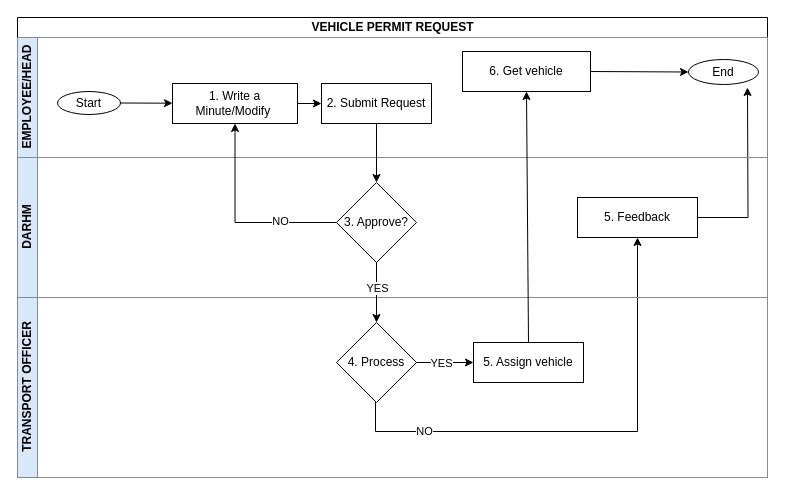
Before: page "Head Vehicle Permit Request" (13 of 13) of wajibika/wajibika-sketches.drawio in MbalamulaS/tech-diagrams, a draw.io diagram. Source tidied: cells renumbered, new cells numbered last; positions are measured from the earlier drawing's top-left corner, leaving out a move shared by most shapes. Both pictures are drawn from the tidied source at 100%, with x=0, y=0 at pixel (17, 17).
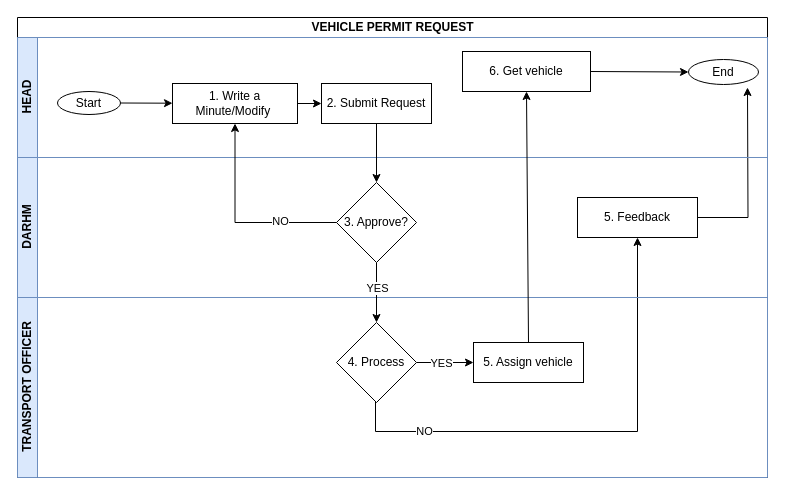
The same page after the edit.

The change refers to these unchanged cells:
```xml
<mxCell id="2" value="VEHICLE PERMIT REQUEST" style="swimlane;horizontal=1;startSize=20;html=1;swimlaneFillColor=#FFFFFF;" parent="1" vertex="1">
  <mxGeometry width="750" height="460" as="geometry" />
</mxCell>
```

The edit, as a diff of the source:
```diff
@@
-    <mxCell id="3" value="EMPLOYEE/HEAD" style="swimlane;startSize=20;horizontal=0;html=1;fillColor=#dae8fc;strokeColor=#6c8ebf;swimlaneFillColor=#FFFFFF;" parent="2" vertex="1">
+    <mxCell id="3" value="HEAD" style="swimlane;startSize=20;horizontal=0;html=1;fillColor=#dae8fc;strokeColor=#6c8ebf;swimlaneFillColor=#FFFFFF;" parent="2" vertex="1">
       <mxGeometry y="20" width="750" height="120" as="geometry" />
     </mxCell>
```
